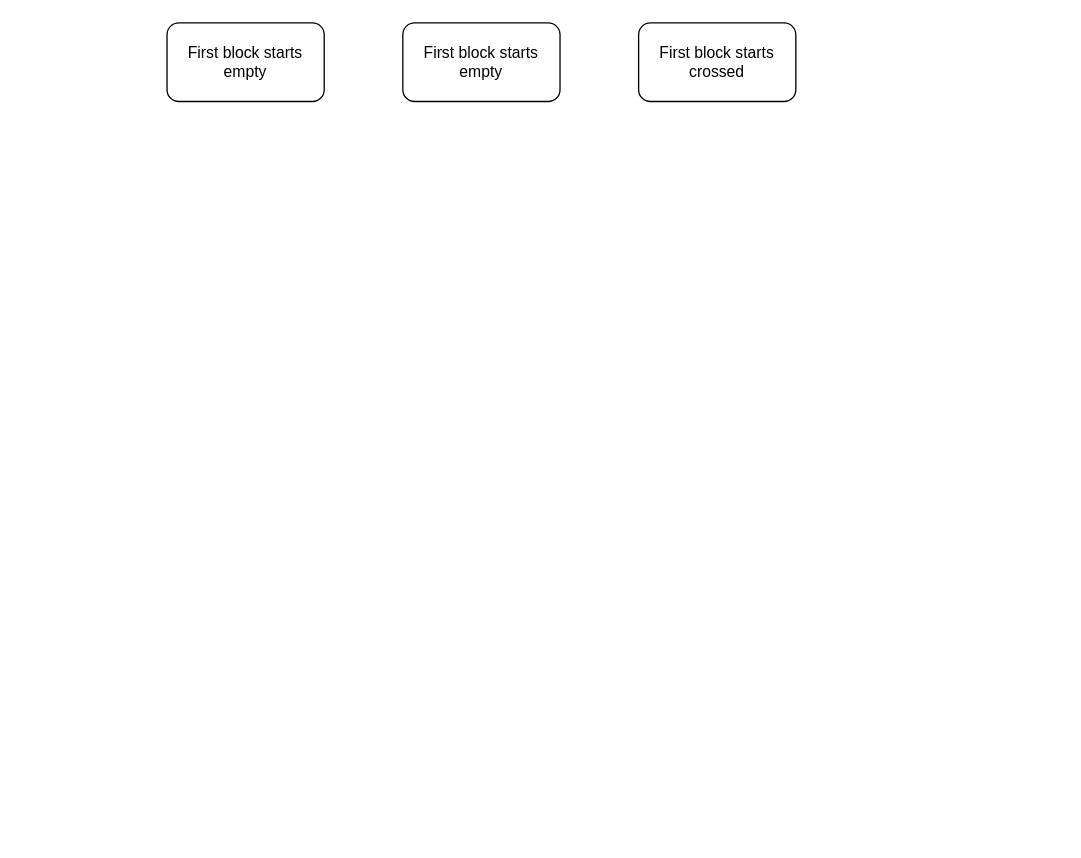
Before: page "Grid drag" (2 of 3) of logic.drawio in amphin/kinogram, a draw.io diagram. Source tidied: cells renumbered, new cells numbered last; positions are measured from the earlier drawing's top-left corner, leaving out a move shared by most shapes. Both pictures are drawn from the tidied source at 131%, with x=0, y=0 at pixel (166, 22).
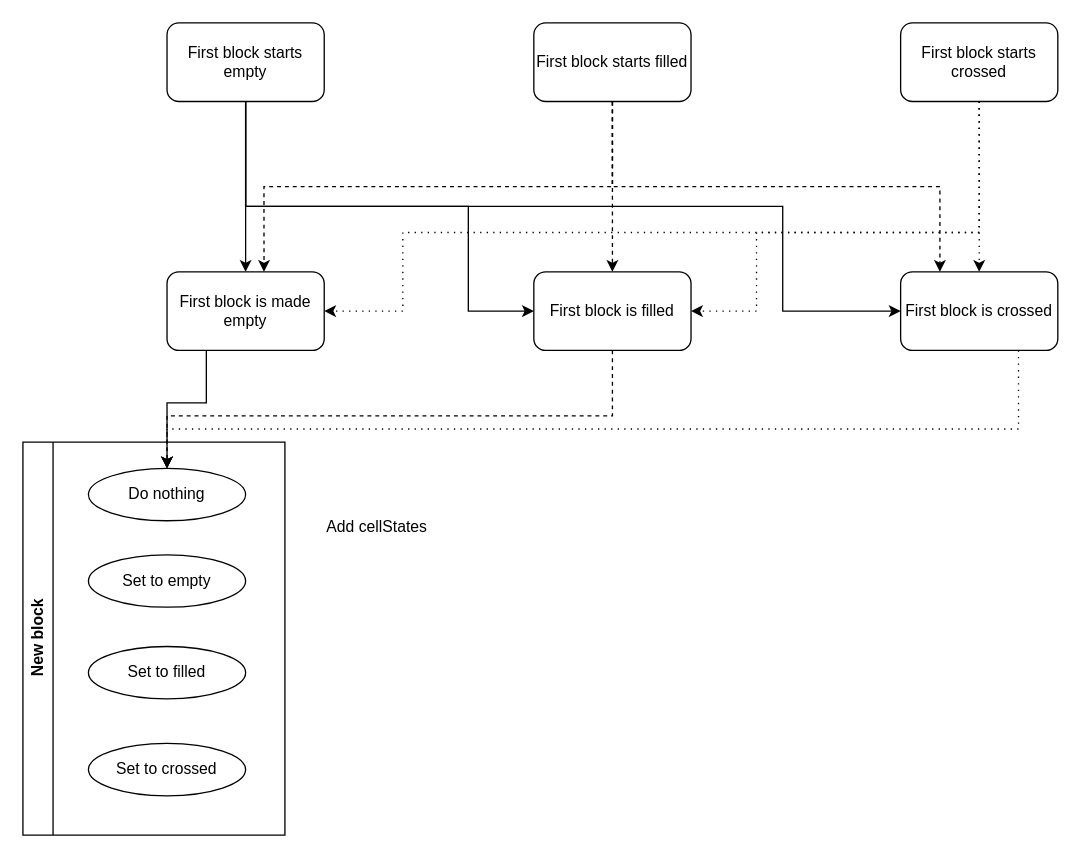
Above is the later version.

The change refers to these unchanged cells:
```xml
<mxCell id="2" value="First block starts empty" style="rounded=1;whiteSpace=wrap;html=1;" parent="1" vertex="1">
  <mxGeometry width="120" height="60" as="geometry" />
</mxCell>
```

Change to the diagram source:
```diff
@@
+    <mxCell id="5" style="edgeStyle=orthogonalEdgeStyle;rounded=0;jettySize=auto;html=1;exitX=0.5;exitY=1;exitDx=0;exitDy=0;" parent="1" edge="1" source="2" target="14">
+      <mxGeometry relative="1" as="geometry" />
+    </mxCell>
+    <mxCell id="6" style="edgeStyle=orthogonalEdgeStyle;rounded=0;jettySize=auto;html=1;exitX=0.5;exitY=1;exitDx=0;exitDy=0;entryX=0;entryY=0.5;entryDx=0;entryDy=0;" parent="1" edge="1" source="2" target="16">
+      <mxGeometry relative="1" as="geometry">
+        <Array as="points">
+          <mxPoint x="60" y="140" />
+          <mxPoint x="230" y="140" />
+          <mxPoint x="230" y="220" />
+        </Array>
+      </mxGeometry>
+    </mxCell>
+    <mxCell id="7" style="edgeStyle=orthogonalEdgeStyle;rounded=0;jettySize=auto;html=1;exitX=0.5;exitY=1;exitDx=0;exitDy=0;entryX=0;entryY=0.5;entryDx=0;entryDy=0;" parent="1" edge="1" source="2" target="18">
+      <mxGeometry relative="1" as="geometry">
+        <Array as="points">
+          <mxPoint x="60" y="140" />
+          <mxPoint x="470" y="140" />
+          <mxPoint x="470" y="220" />
+        </Array>
+      </mxGeometry>
+    </mxCell>
@@
+    <mxCell id="8" style="edgeStyle=orthogonalEdgeStyle;rounded=0;jettySize=auto;html=1;exitX=0.5;exitY=1;exitDx=0;exitDy=0;entryX=0.5;entryY=0;entryDx=0;entryDy=0;dashed=1;" parent="1" edge="1" source="3" target="16">
+      <mxGeometry relative="1" as="geometry" />
+    </mxCell>
+    <mxCell id="9" style="edgeStyle=orthogonalEdgeStyle;rounded=0;jettySize=auto;html=1;exitX=0.5;exitY=1;exitDx=0;exitDy=0;entryX=0.25;entryY=0;entryDx=0;entryDy=0;dashed=1;" parent="1" edge="1" source="3" target="18">
+      <mxGeometry relative="1" as="geometry" />
+    </mxCell>
-    <mxCell id="3" value="First block starts empty" style="rounded=1;whiteSpace=wrap;html=1;" parent="1" vertex="1">
-      <mxGeometry x="180" width="120" height="60" as="geometry" />
+    <mxCell id="3" value="First block starts filled" style="rounded=1;whiteSpace=wrap;html=1;" parent="1" vertex="1">
+      <mxGeometry x="280" width="120" height="60" as="geometry" />
     </mxCell>
+    <mxCell id="10" style="edgeStyle=orthogonalEdgeStyle;rounded=0;jettySize=auto;html=1;exitX=0.5;exitY=1;exitDx=0;exitDy=0;entryX=0.5;entryY=0;entryDx=0;entryDy=0;dashed=1;dashPattern=1 4;" parent="1" edge="1" source="4" target="18">
+      <mxGeometry relative="1" as="geometry" />
+    </mxCell>
+    <mxCell id="11" style="edgeStyle=orthogonalEdgeStyle;rounded=0;jettySize=auto;html=1;exitX=0.5;exitY=1;exitDx=0;exitDy=0;entryX=1;entryY=0.5;entryDx=0;entryDy=0;dashed=1;dashPattern=1 4;" parent="1" edge="1" source="4" target="16">
+      <mxGeometry relative="1" as="geometry">
+        <Array as="points">
+          <mxPoint x="620" y="160" />
+          <mxPoint x="450" y="160" />
+          <mxPoint x="450" y="220" />
+        </Array>
+      </mxGeometry>
+    </mxCell>
+    <mxCell id="12" style="edgeStyle=orthogonalEdgeStyle;rounded=0;jettySize=auto;html=1;exitX=0.5;exitY=1;exitDx=0;exitDy=0;entryX=1;entryY=0.5;entryDx=0;entryDy=0;dashed=1;dashPattern=1 4;" parent="1" edge="1" source="4" target="14">
+      <mxGeometry relative="1" as="geometry">
+        <Array as="points">
+          <mxPoint x="620" y="160" />
+          <mxPoint x="180" y="160" />
+          <mxPoint x="180" y="220" />
+        </Array>
+      </mxGeometry>
+    </mxCell>
     <mxCell id="4" value="First block starts crossed" style="rounded=1;whiteSpace=wrap;html=1;" parent="1" vertex="1">
-      <mxGeometry x="360" width="120" height="60" as="geometry" />
+      <mxGeometry x="560" width="120" height="60" as="geometry" />
     </mxCell>
+    <mxCell id="13" style="edgeStyle=orthogonalEdgeStyle;rounded=0;jettySize=auto;html=1;exitX=0.25;exitY=1;exitDx=0;exitDy=0;entryX=0.5;entryY=0;entryDx=0;entryDy=0;" parent="1" edge="1" source="14" target="24">
+      <mxGeometry relative="1" as="geometry">
+        <Array as="points">
+          <mxPoint x="30" y="290" />
+          <mxPoint y="290" />
+        </Array>
+      </mxGeometry>
+    </mxCell>
+    <mxCell id="14" value="First block is made empty" style="rounded=1;whiteSpace=wrap;html=1;" parent="1" vertex="1">
+      <mxGeometry y="190" width="120" height="60" as="geometry" />
+    </mxCell>
+    <mxCell id="15" style="edgeStyle=orthogonalEdgeStyle;rounded=0;jettySize=auto;html=1;exitX=0.5;exitY=1;exitDx=0;exitDy=0;entryX=0.5;entryY=0;entryDx=0;entryDy=0;dashed=1;" parent="1" edge="1" source="16" target="24">
+      <mxGeometry relative="1" as="geometry">
+        <Array as="points">
+          <mxPoint x="340" y="300" />
+          <mxPoint y="300" />
+        </Array>
+      </mxGeometry>
+    </mxCell>
+    <mxCell id="16" value="First block is filled" style="rounded=1;whiteSpace=wrap;html=1;" parent="1" vertex="1">
+      <mxGeometry x="280" y="190" width="120" height="60" as="geometry" />
+    </mxCell>
+    <mxCell id="17" style="edgeStyle=orthogonalEdgeStyle;rounded=0;jettySize=auto;html=1;exitX=0.75;exitY=1;exitDx=0;exitDy=0;entryX=0.5;entryY=0;entryDx=0;entryDy=0;dashed=1;dashPattern=1 4;" parent="1" edge="1" source="18" target="24">
+      <mxGeometry relative="1" as="geometry">
+        <Array as="points">
+          <mxPoint x="650" y="310" />
+          <mxPoint y="310" />
+        </Array>
+      </mxGeometry>
+    </mxCell>
+    <mxCell id="18" value="First block is crossed" style="rounded=1;whiteSpace=wrap;html=1;" parent="1" vertex="1">
+      <mxGeometry x="560" y="190" width="120" height="60" as="geometry" />
+    </mxCell>
+    <mxCell id="19" style="edgeStyle=orthogonalEdgeStyle;rounded=0;jettySize=auto;html=1;exitX=0.5;exitY=1;exitDx=0;exitDy=0;entryX=0.617;entryY=0;entryDx=0;entryDy=0;entryPerimeter=0;dashed=1;" parent="1" edge="1" source="3" target="14">
+      <mxGeometry relative="1" as="geometry" />
+    </mxCell>
+    <mxCell id="20" value="New block" style="swimlane;horizontal=0;whiteSpace=wrap;html=1;" parent="1" vertex="1">
+      <mxGeometry x="-110" y="320" width="200" height="300" as="geometry" />
+    </mxCell>
+    <mxCell id="21" value="Set to filled" style="ellipse;whiteSpace=wrap;html=1;" parent="20" vertex="1">
+      <mxGeometry x="50" y="156" width="120" height="40" as="geometry" />
+    </mxCell>
+    <mxCell id="22" value="Set to empty" style="ellipse;whiteSpace=wrap;html=1;" parent="20" vertex="1">
+      <mxGeometry x="50" y="86" width="120" height="40" as="geometry" />
+    </mxCell>
+    <mxCell id="23" value="Set to crossed" style="ellipse;whiteSpace=wrap;html=1;" parent="20" vertex="1">
+      <mxGeometry x="50" y="230" width="120" height="40" as="geometry" />
+    </mxCell>
+    <mxCell id="24" value="Do nothing" style="ellipse;whiteSpace=wrap;html=1;" parent="20" vertex="1">
+      <mxGeometry x="50" y="20" width="120" height="40" as="geometry" />
+    </mxCell>
+    <mxCell id="25" value="Add cellStates" style="text;html=1;align=center;verticalAlign=middle;strokeColor=none;fillColor=none;" parent="1" vertex="1">
+      <mxGeometry x="110" y="370" width="100" height="30" as="geometry" />
+    </mxCell>
```
